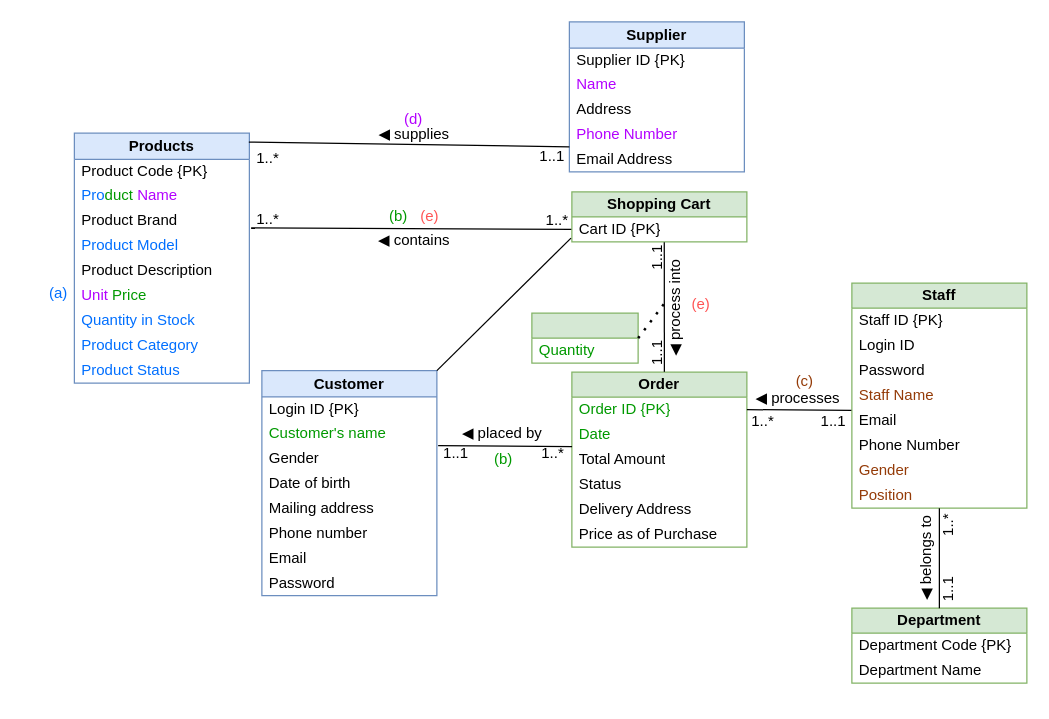
Before: Assignment_1.drawio in shadowngks/DBMS, a draw.io diagram. Source tidied: cells renumbered, new cells numbered last; positions are measured from the earlier drawing's top-left corner, leaving out a move shared by most shapes. Both pictures are drawn from the tidied source at 125%, with x=0, y=0 at pixel (42, 21).
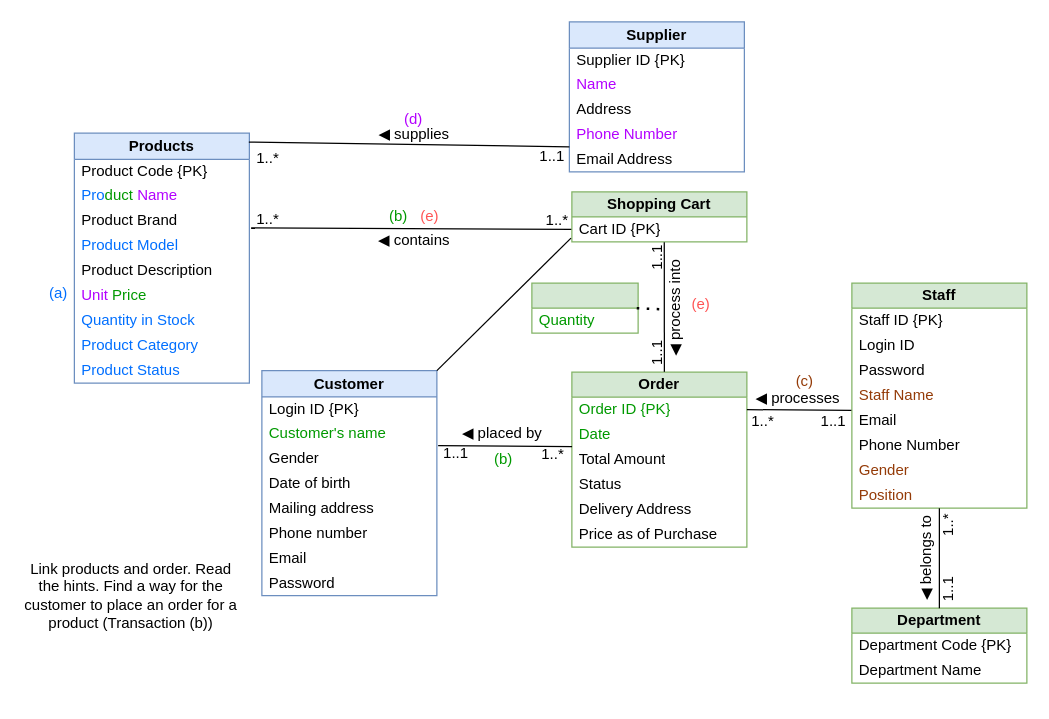
The same page after the edit.

Commit message:
Got nothing in my brain

Unchanged cells that the change refers to:
```xml
<mxCell id="78" value="&lt;span style=&quot;font-family: sans-serif; font-size: 12.0191px; text-align: start; white-space: pre; background-color: rgb(255, 255, 255);&quot;&gt;◀ process into&lt;/span&gt;" style="text;html=1;align=center;verticalAlign=middle;whiteSpace=wrap;rounded=0;rotation=-90;" parent="1" vertex="1">
  <mxGeometry x="466" y="219" width="80" height="20" as="geometry" />
</mxCell>
```

What changed in the source:
```diff
@@
     <mxCell id="31" style="swimlane;fontStyle=1;horizontal=1;startSize=20;whiteSpace=wrap;html=1;fillColor=#d5e8d4;strokeColor=#82b366;" parent="1" vertex="1">
-      <mxGeometry x="391" y="233" width="85" height="40" as="geometry" />
+      <mxGeometry x="391" y="209" width="85" height="40" as="geometry" />
     </mxCell>
@@
     <mxCell id="60" value="1..*" style="text;html=1;align=center;verticalAlign=middle;whiteSpace=wrap;rounded=0;" parent="1" vertex="1">
-      <mxGeometry x="393" y="341.5" width="30" height="7.5" as="geometry" />
+      <mxGeometry x="393" y="342.5" width="30" height="7.5" as="geometry" />
     </mxCell>
@@
-    <mxCell id="74" style="endArrow=none;dashed=1;html=1;dashPattern=1 3;strokeWidth=2;rounded=0;exitX=1;exitY=0.5;exitDx=0;exitDy=0;entryX=0.547;entryY=0.047;entryDx=0;entryDy=0;entryPerimeter=0;" parent="1" edge="1" source="31" target="78">
+    <mxCell id="74" style="endArrow=none;dashed=1;html=1;dashPattern=1 3;strokeWidth=2;rounded=0;entryX=0.487;entryY=0.039;entryDx=0;entryDy=0;entryPerimeter=0;exitX=0.987;exitY=0.502;exitDx=0;exitDy=0;exitPerimeter=0;" parent="1" edge="1" source="31" target="78">
       <mxGeometry relative="1" as="geometry" />
     </mxCell>
@@
+    <mxCell id="83" value="Link products and order. Read the hints. Find a way for the customer to place an order for a product (Transaction (b))" style="text;html=1;align=center;verticalAlign=middle;whiteSpace=wrap;rounded=0;" parent="1" vertex="1">
+      <mxGeometry x="-17" y="377" width="175" height="163" as="geometry" />
+    </mxCell>
```
